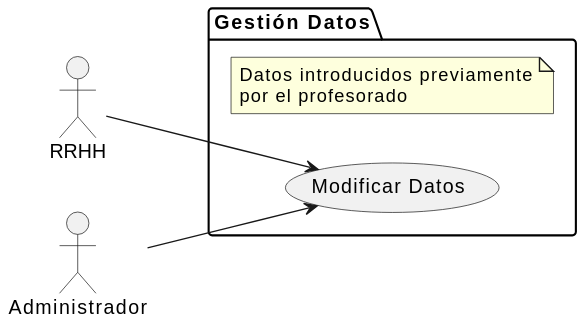
The PlantUML diagram images/modelosUML/CdU/Individuales/ModificarDatos.svg in mmasias/24-25-IdSw1-SDR, before a commit.
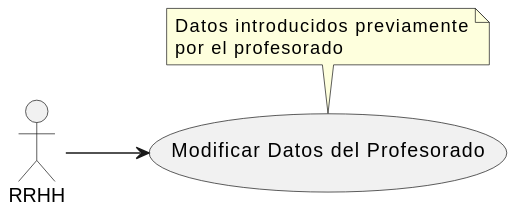
Later version of the same file.

Diff of the diagram source:
```diff
@@ -2,13 +2,12 @@
 left to right direction
 
 actor "RRHH" as rrhh
-actor "Administrador" as admin
 
-package "Gestión Datos" as gestDatosPackage {
-    usecase "Modificar Datos" as modDatos
-    note "Datos introducidos previamente\npor el profesorado" as notaGestDatos
-}
+usecase "Modificar Datos del Profesorado" as modDatos
+note top of modDatos
+    Datos introducidos previamente
+    por el profesorado
+end note
 
 rrhh --> modDatos
-admin --> modDatos
 @enduml
```
